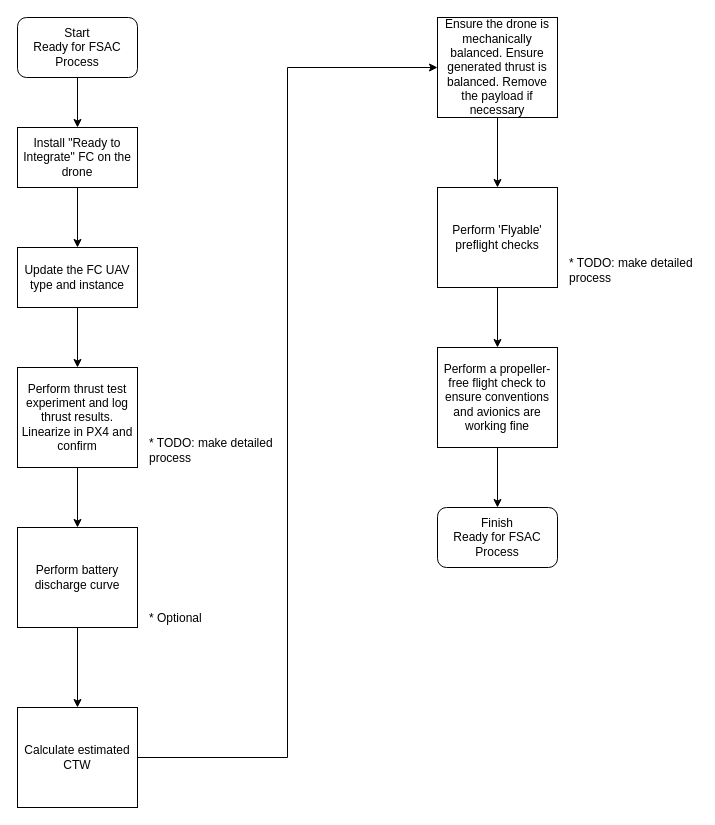
Earlier version of the draw.io diagram Guide/Hardware and Process/Commissioning/2 Ready for FSAC/Ready for FSAC.drawio (DroneLeaf/HEAR_wiki). Source tidied: cells renumbered, new cells numbered last; positions are measured from the earlier drawing's top-left corner, leaving out a move shared by most shapes. Both pictures are drawn from the tidied source at 100%, with x=0, y=0 at pixel (17, 17).
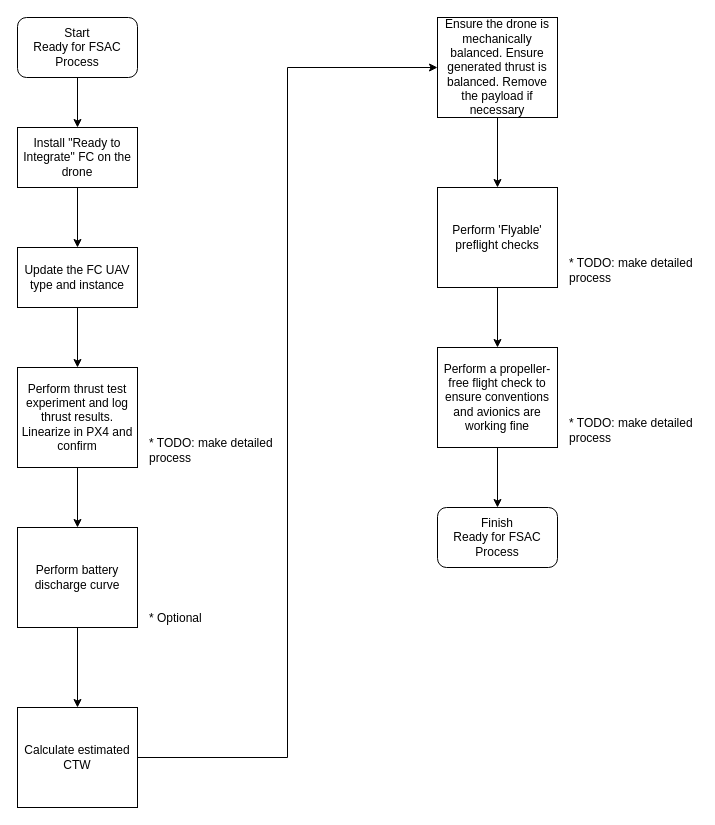
Above is the later version.

Change to the diagram source:
```diff
@@
+    <mxCell id="24" value="* TODO: make detailed process" style="text;html=1;align=left;verticalAlign=bottom;whiteSpace=wrap;rounded=0;" parent="1" vertex="1">
+      <mxGeometry x="550" y="400" width="130" height="30" as="geometry" />
+    </mxCell>
```
